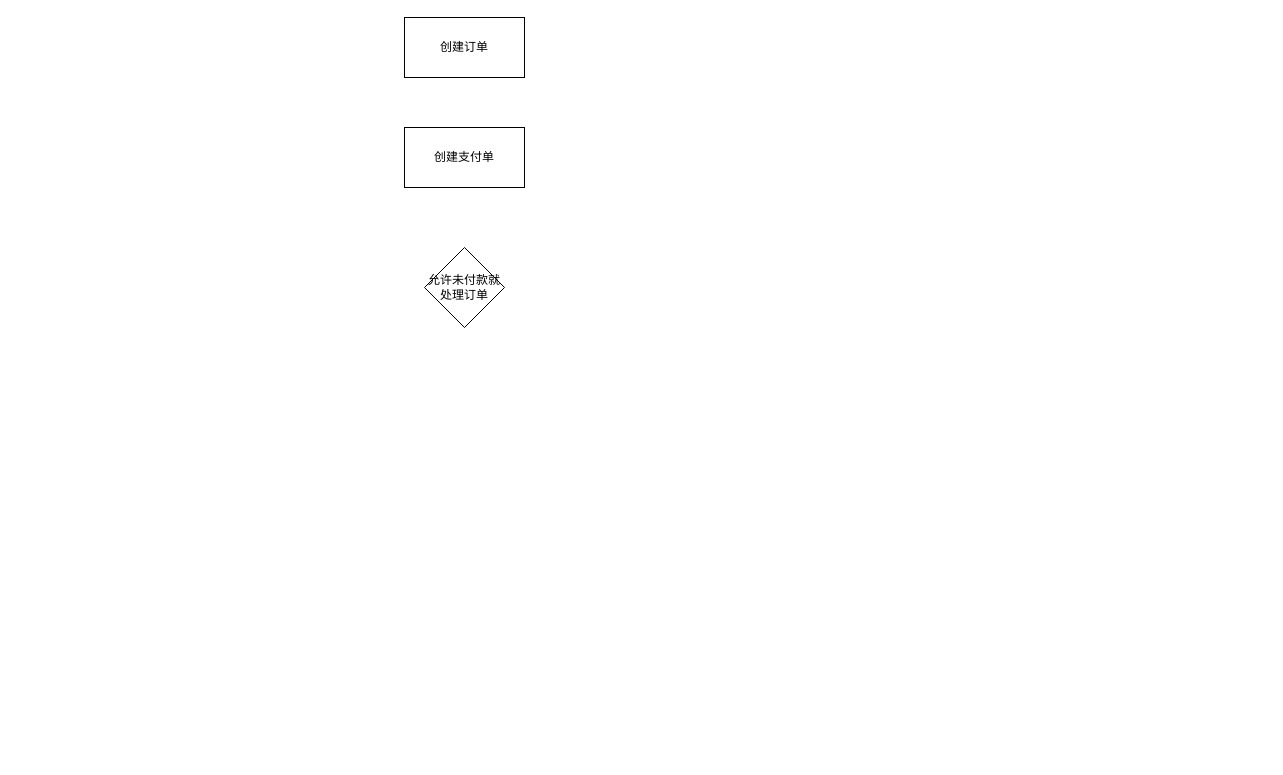
The draw.io diagram Untitled Diagram.drawio in holysabre/ceshi, before the edit. Source tidied: cells renumbered, new cells numbered last; positions are measured from the earlier drawing's top-left corner, leaving out a move shared by most shapes. Both pictures are drawn from the tidied source at 100%, with x=0, y=0 at pixel (404, 17).
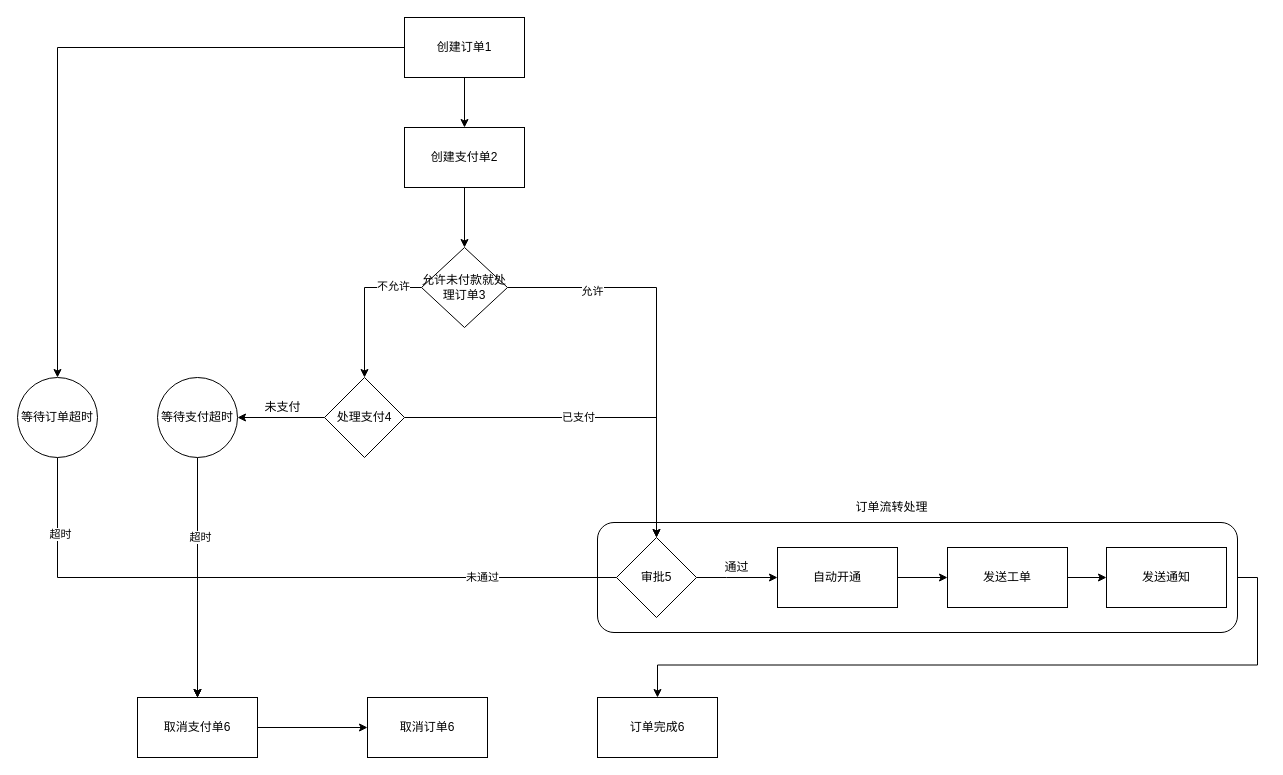
The same diagram, later.

What changed in the source:
```diff
@@
+    <mxCell id="5" style="edgeStyle=orthogonalEdgeStyle;rounded=0;jettySize=auto;html=1;exitX=1;exitY=0.5;exitDx=0;exitDy=0;" parent="1" edge="1" source="6" target="34">
+      <mxGeometry relative="1" as="geometry" />
+    </mxCell>
+    <mxCell id="6" style="rounded=1;whiteSpace=wrap;html=1;glass=0;sketch=0;" parent="1" vertex="1">
+      <mxGeometry x="193" y="505" width="640" height="110" as="geometry" />
+    </mxCell>
+    <mxCell id="7" style="edgeStyle=orthogonalEdgeStyle;rounded=0;jettySize=auto;html=1;exitX=0.5;exitY=1;exitDx=0;exitDy=0;entryX=0.5;entryY=0;entryDx=0;entryDy=0;" parent="1" edge="1" source="2" target="3">
+      <mxGeometry relative="1" as="geometry" />
+    </mxCell>
+    <mxCell id="8" style="edgeStyle=orthogonalEdgeStyle;rounded=0;jettySize=auto;html=1;exitX=0;exitY=0.5;exitDx=0;exitDy=0;" parent="1" edge="1" source="2" target="27">
+      <mxGeometry relative="1" as="geometry" />
+    </mxCell>
-    <mxCell id="2" value="创建订单" style="rounded=0;whiteSpace=wrap;html=1;" parent="1" vertex="1">
+    <mxCell id="2" value="创建订单1" style="rounded=0;whiteSpace=wrap;html=1;" parent="1" vertex="1">
       <mxGeometry width="120" height="60" as="geometry" />
     </mxCell>
+    <mxCell id="9" style="edgeStyle=orthogonalEdgeStyle;rounded=0;jettySize=auto;html=1;exitX=0.5;exitY=1;exitDx=0;exitDy=0;entryX=0.5;entryY=0;entryDx=0;entryDy=0;" parent="1" edge="1" source="3" target="4">
+      <mxGeometry relative="1" as="geometry" />
+    </mxCell>
-    <mxCell id="3" value="创建支付单" style="rounded=0;whiteSpace=wrap;html=1;" parent="1" vertex="1">
+    <mxCell id="3" value="创建支付单2" style="rounded=0;whiteSpace=wrap;html=1;" parent="1" vertex="1">
       <mxGeometry y="110" width="120" height="60" as="geometry" />
     </mxCell>
+    <mxCell id="10" style="edgeStyle=orthogonalEdgeStyle;rounded=0;jettySize=auto;html=1;exitX=1;exitY=0.5;exitDx=0;exitDy=0;entryX=0.5;entryY=0;entryDx=0;entryDy=0;" parent="1" edge="1" source="4" target="32">
+      <mxGeometry relative="1" as="geometry" />
+    </mxCell>
+    <mxCell id="11" value="允许" style="edgeLabel;html=1;align=center;verticalAlign=middle;" parent="10" vertex="1">
+      <mxGeometry x="-0.58" y="-3" relative="1" as="geometry" />
+    </mxCell>
+    <mxCell id="12" style="edgeStyle=orthogonalEdgeStyle;rounded=0;jettySize=auto;html=1;exitX=0;exitY=0.5;exitDx=0;exitDy=0;" parent="1" edge="1" source="4" target="24">
+      <mxGeometry relative="1" as="geometry" />
+    </mxCell>
+    <mxCell id="13" value="不允许" style="edgeLabel;html=1;align=center;verticalAlign=middle;" parent="12" vertex="1">
+      <mxGeometry x="-0.61" y="-2" relative="1" as="geometry" />
+    </mxCell>
-    <mxCell id="4" value="允许未付款就处理订单" style="rhombus;whiteSpace=wrap;html=1;" parent="1" vertex="1">
-      <mxGeometry x="20" y="230" width="80" height="80" as="geometry" />
+    <mxCell id="4" value="允许未付款就处理订单3" style="rhombus;whiteSpace=wrap;html=1;" parent="1" vertex="1">
+      <mxGeometry x="17" y="230" width="86" height="80" as="geometry" />
     </mxCell>
+    <mxCell id="14" style="edgeStyle=orthogonalEdgeStyle;rounded=0;jettySize=auto;html=1;exitX=1;exitY=0.5;exitDx=0;exitDy=0;entryX=0;entryY=0.5;entryDx=0;entryDy=0;" parent="1" edge="1" source="15" target="17">
+      <mxGeometry relative="1" as="geometry" />
+    </mxCell>
+    <mxCell id="15" value="自动开通" style="rounded=0;whiteSpace=wrap;html=1;" parent="1" vertex="1">
+      <mxGeometry x="373" y="530" width="120" height="60" as="geometry" />
+    </mxCell>
+    <mxCell id="16" style="edgeStyle=orthogonalEdgeStyle;rounded=0;jettySize=auto;html=1;exitX=1;exitY=0.5;exitDx=0;exitDy=0;entryX=0;entryY=0.5;entryDx=0;entryDy=0;" parent="1" edge="1" source="17" target="18">
+      <mxGeometry relative="1" as="geometry" />
+    </mxCell>
+    <mxCell id="17" value="发送工单" style="rounded=0;whiteSpace=wrap;html=1;" parent="1" vertex="1">
+      <mxGeometry x="543" y="530" width="120" height="60" as="geometry" />
+    </mxCell>
+    <mxCell id="18" value="发送通知" style="rounded=0;whiteSpace=wrap;html=1;" parent="1" vertex="1">
+      <mxGeometry x="702" y="530" width="120" height="60" as="geometry" />
+    </mxCell>
+    <mxCell id="19" style="edgeStyle=orthogonalEdgeStyle;rounded=0;jettySize=auto;html=1;exitX=1;exitY=0.5;exitDx=0;exitDy=0;" parent="1" edge="1" source="20" target="35">
+      <mxGeometry relative="1" as="geometry" />
+    </mxCell>
+    <mxCell id="20" value="取消支付单6" style="rounded=0;whiteSpace=wrap;html=1;" parent="1" vertex="1">
+      <mxGeometry x="-267" y="680" width="120" height="60" as="geometry" />
+    </mxCell>
+    <mxCell id="21" style="edgeStyle=orthogonalEdgeStyle;rounded=0;jettySize=auto;html=1;exitX=1;exitY=0.5;exitDx=0;exitDy=0;" parent="1" edge="1" source="24" target="32">
+      <mxGeometry relative="1" as="geometry" />
+    </mxCell>
+    <mxCell id="22" value="已支付" style="edgeLabel;html=1;align=center;verticalAlign=middle;" parent="21" vertex="1">
+      <mxGeometry x="-0.07" y="1" relative="1" as="geometry" />
+    </mxCell>
+    <mxCell id="23" style="edgeStyle=orthogonalEdgeStyle;rounded=0;jettySize=auto;html=1;exitX=0;exitY=0.5;exitDx=0;exitDy=0;entryX=1;entryY=0.5;entryDx=0;entryDy=0;" parent="1" edge="1" source="24" target="38">
+      <mxGeometry relative="1" as="geometry" />
+    </mxCell>
+    <mxCell id="24" value="&lt;span&gt;处理支付4&lt;/span&gt;" style="rhombus;whiteSpace=wrap;html=1;" parent="1" vertex="1">
+      <mxGeometry x="-80" y="360" width="80" height="80" as="geometry" />
+    </mxCell>
+    <mxCell id="25" style="edgeStyle=orthogonalEdgeStyle;rounded=0;jettySize=auto;html=1;exitX=0.5;exitY=1;exitDx=0;exitDy=0;" parent="1" edge="1" source="27" target="20">
+      <mxGeometry relative="1" as="geometry" />
+    </mxCell>
+    <mxCell id="26" value="超时" style="edgeLabel;html=1;align=center;verticalAlign=middle;" parent="25" vertex="1">
+      <mxGeometry x="-0.6" y="2" relative="1" as="geometry" />
+    </mxCell>
+    <mxCell id="27" value="等待订单超时" style="ellipse;whiteSpace=wrap;html=1;" parent="1" vertex="1">
+      <mxGeometry x="-387" y="360" width="80" height="80" as="geometry" />
+    </mxCell>
+    <mxCell id="28" value="订单流转处理" style="text;html=1;align=center;verticalAlign=middle;strokeColor=none;fillColor=none;" parent="1" vertex="1">
+      <mxGeometry x="442" y="480" width="90" height="20" as="geometry" />
+    </mxCell>
+    <mxCell id="29" style="edgeStyle=orthogonalEdgeStyle;rounded=0;jettySize=auto;html=1;exitX=0;exitY=0.5;exitDx=0;exitDy=0;entryX=0.5;entryY=0;entryDx=0;entryDy=0;" parent="1" edge="1" source="32" target="20">
+      <mxGeometry relative="1" as="geometry" />
+    </mxCell>
+    <mxCell id="30" value="未通过" style="edgeLabel;html=1;align=center;verticalAlign=middle;" parent="29" vertex="1">
+      <mxGeometry x="-0.5" y="-1" relative="1" as="geometry" />
+    </mxCell>
+    <mxCell id="31" style="edgeStyle=orthogonalEdgeStyle;rounded=0;jettySize=auto;html=1;exitX=1;exitY=0.5;exitDx=0;exitDy=0;entryX=0;entryY=0.5;entryDx=0;entryDy=0;" parent="1" edge="1" source="32" target="15">
+      <mxGeometry relative="1" as="geometry">
+        <Array as="points">
+          <mxPoint x="322" y="560" />
+          <mxPoint x="322" y="560" />
+        </Array>
+      </mxGeometry>
+    </mxCell>
+    <mxCell id="32" value="审批5" style="rhombus;whiteSpace=wrap;html=1;rounded=0;" parent="1" vertex="1">
+      <mxGeometry x="212" y="520" width="80" height="80" as="geometry" />
+    </mxCell>
+    <mxCell id="33" value="通过" style="text;html=1;align=center;verticalAlign=middle;strokeColor=none;fillColor=none;" parent="1" vertex="1">
+      <mxGeometry x="312" y="540" width="40" height="20" as="geometry" />
+    </mxCell>
+    <mxCell id="34" value="订单完成6" style="rounded=0;whiteSpace=wrap;html=1;glass=0;sketch=0;" parent="1" vertex="1">
+      <mxGeometry x="193" y="680" width="120" height="60" as="geometry" />
+    </mxCell>
+    <mxCell id="35" value="取消订单6" style="rounded=0;whiteSpace=wrap;html=1;glass=0;sketch=0;" parent="1" vertex="1">
+      <mxGeometry x="-37" y="680" width="120" height="60" as="geometry" />
+    </mxCell>
+    <mxCell id="36" style="edgeStyle=orthogonalEdgeStyle;rounded=0;jettySize=auto;html=1;exitX=0.5;exitY=1;exitDx=0;exitDy=0;entryX=0.5;entryY=0;entryDx=0;entryDy=0;" parent="1" edge="1" source="38" target="20">
+      <mxGeometry relative="1" as="geometry" />
+    </mxCell>
+    <mxCell id="37" value="超时" style="edgeLabel;html=1;align=center;verticalAlign=middle;" parent="36" vertex="1">
+      <mxGeometry x="-0.34" y="2" relative="1" as="geometry" />
+    </mxCell>
+    <mxCell id="38" value="等待支付超时" style="ellipse;whiteSpace=wrap;html=1;rounded=0;glass=0;sketch=0;" parent="1" vertex="1">
+      <mxGeometry x="-247" y="360" width="80" height="80" as="geometry" />
+    </mxCell>
+    <mxCell id="39" value="未支付" style="text;html=1;align=center;verticalAlign=middle;strokeColor=none;fillColor=none;" parent="1" vertex="1">
+      <mxGeometry x="-147" y="380" width="50" height="20" as="geometry" />
+    </mxCell>
```
